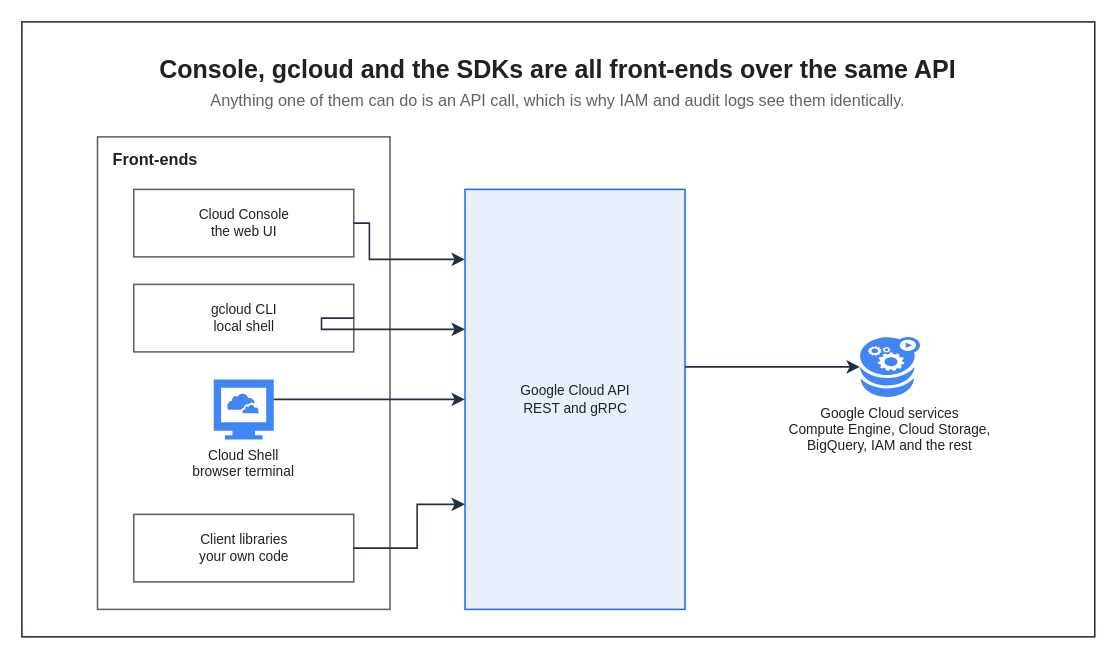
The draw.io diagram assets/img/gcp/gcp-access-stack.drawio in KKamJi98/kkamji98.github.io, before the edit. Source tidied: cells renumbered, new cells numbered last; positions are measured from the earlier drawing's top-left corner, leaving out a move shared by most shapes. Both pictures are drawn from the tidied source at 125%, with x=0, y=0 at pixel (21, 21).
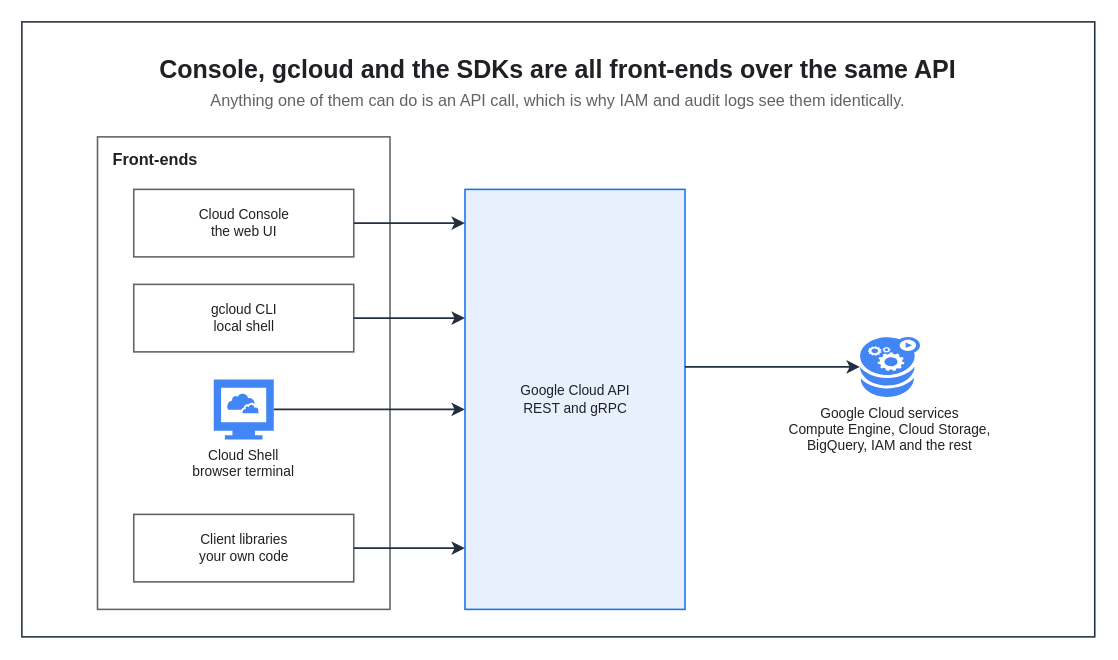
The same diagram, later.

The change refers to these unchanged cells:
```xml
<mxCell id="6" value="Cloud Console&#10;the web UI" style="rounded=0;whiteSpace=wrap;html=0;fillColor=#FFFFFF;strokeColor=#5F6368;fontColor=#202124;fontSize=11;fontStyle=0;align=center;verticalAlign=middle;spacingLeft=6;spacingRight=6;strokeWidth=1.25;" parent="1" vertex="1">
  <mxGeometry x="89.5" y="134" width="176" height="54" as="geometry" />
</mxCell>
<mxCell id="7" value="gcloud CLI&#10;local shell" style="rounded=0;whiteSpace=wrap;html=0;fillColor=#FFFFFF;strokeColor=#5F6368;fontColor=#202124;fontSize=11;fontStyle=0;align=center;verticalAlign=middle;spacingLeft=6;spacingRight=6;strokeWidth=1.25;" parent="1" vertex="1">
  <mxGeometry x="89.5" y="210" width="176" height="54" as="geometry" />
</mxCell>
<mxCell id="8" value="Cloud Shell&#10;browser terminal" style="sketch=0;outlineConnect=0;gradientColor=none;html=0;whiteSpace=nowrap;fontSize=11;fontStyle=0;fontColor=#202124;verticalLabelPosition=bottom;verticalAlign=top;align=center;labelBackgroundColor=none;fillColor=#4285F4;strokeColor=none;dashed=0;shape=mxgraph.gcp2.cloud_computer;" parent="1" vertex="1">
  <mxGeometry x="153.5" y="286" width="48" height="48" as="geometry" />
</mxCell>
<mxCell id="9" value="Client libraries&#10;your own code" style="rounded=0;whiteSpace=wrap;html=0;fillColor=#FFFFFF;strokeColor=#5F6368;fontColor=#202124;fontSize=11;fontStyle=0;align=center;verticalAlign=middle;spacingLeft=6;spacingRight=6;strokeWidth=1.25;" parent="1" vertex="1">
  <mxGeometry x="89.5" y="394" width="176" height="54" as="geometry" />
</mxCell>
<mxCell id="10" value="Google Cloud API&#10;REST and gRPC" style="rounded=0;whiteSpace=wrap;html=0;fillColor=#E8F0FE;strokeColor=#1A73E8;fontColor=#202124;fontSize=11;fontStyle=0;align=center;verticalAlign=middle;spacingLeft=6;spacingRight=6;strokeWidth=1.25;" parent="1" vertex="1">
  <mxGeometry x="354.5" y="134" width="176" height="336" as="geometry" />
</mxCell>
```

The edit, as a diff of the source:
```diff
@@
-    <mxCell id="12" style="edgeStyle=orthogonalEdgeStyle;rounded=0;html=0;strokeColor=#232F3E;strokeWidth=1.25;endArrow=classic;endFill=1;endSize=7;fontSize=11;fontColor=#202124;labelBackgroundColor=none;jettySize=14;exitX=1;exitY=0.5;entryX=0;entryY=0.1667;exitDx=0;exitDy=0;entryDx=0;entryDy=0;" parent="1" edge="1" source="6" target="10">
-      <mxGeometry relative="1" as="geometry">
-        <Array as="points">
-          <mxPoint x="278" y="161" />
-          <mxPoint x="278" y="190" />
-        </Array>
-      </mxGeometry>
+    <mxCell id="12" style="edgeStyle=orthogonalEdgeStyle;rounded=0;html=0;strokeColor=#232F3E;strokeWidth=1.25;endArrow=classic;endFill=1;endSize=7;fontSize=11;fontColor=#202124;labelBackgroundColor=none;jettySize=14;exitX=1;exitY=0.5;entryX=0;entryY=0.0804;exitDx=0;exitDy=0;entryDx=0;entryDy=0;" parent="1" edge="1" source="6" target="10">
+      <mxGeometry relative="1" as="geometry" />
     </mxCell>
-    <mxCell id="13" style="edgeStyle=orthogonalEdgeStyle;rounded=0;html=0;strokeColor=#232F3E;strokeWidth=1.25;endArrow=classic;endFill=1;endSize=7;fontSize=11;fontColor=#202124;labelBackgroundColor=none;jettySize=14;exitX=1;exitY=0.5;entryX=0;entryY=0.3333;exitDx=0;exitDy=0;entryDx=0;entryDy=0;" parent="1" edge="1" source="7" target="10">
-      <mxGeometry relative="1" as="geometry">
-        <Array as="points">
-          <mxPoint x="239.7" y="237" />
-          <mxPoint x="239.7" y="246" />
-        </Array>
-      </mxGeometry>
+    <mxCell id="13" style="edgeStyle=orthogonalEdgeStyle;rounded=0;html=0;strokeColor=#232F3E;strokeWidth=1.25;endArrow=classic;endFill=1;endSize=7;fontSize=11;fontColor=#202124;labelBackgroundColor=none;jettySize=14;exitX=1;exitY=0.5;entryX=0;entryY=0.3065;exitDx=0;exitDy=0;entryDx=0;entryDy=0;" parent="1" edge="1" source="7" target="10">
+      <mxGeometry relative="1" as="geometry" />
     </mxCell>
-    <mxCell id="14" style="edgeStyle=orthogonalEdgeStyle;rounded=0;html=0;strokeColor=#232F3E;strokeWidth=1.25;endArrow=classic;endFill=1;endSize=7;fontSize=11;fontColor=#202124;labelBackgroundColor=none;jettySize=14;exitX=1;exitY=0.3333;entryX=0;entryY=0.5;exitDx=0;exitDy=0;entryDx=0;entryDy=0;" parent="1" edge="1" source="8" target="10">
+    <mxCell id="14" style="edgeStyle=orthogonalEdgeStyle;rounded=0;html=0;strokeColor=#232F3E;strokeWidth=1.25;endArrow=classic;endFill=1;endSize=7;fontSize=11;fontColor=#202124;labelBackgroundColor=none;jettySize=14;exitX=1;exitY=0.5;entryX=0;entryY=0.5238;exitDx=0;exitDy=0;entryDx=0;entryDy=0;" parent="1" edge="1" source="8" target="10">
       <mxGeometry relative="1" as="geometry" />
     </mxCell>
-    <mxCell id="15" style="edgeStyle=orthogonalEdgeStyle;rounded=0;html=0;strokeColor=#232F3E;strokeWidth=1.25;endArrow=classic;endFill=1;endSize=7;fontSize=11;fontColor=#202124;labelBackgroundColor=none;jettySize=14;exitX=1;exitY=0.5;entryX=0;entryY=0.75;exitDx=0;exitDy=0;entryDx=0;entryDy=0;" parent="1" edge="1" source="9" target="10">
-      <mxGeometry relative="1" as="geometry">
-        <Array as="points">
-          <mxPoint x="316.2" y="421" />
-          <mxPoint x="316.2" y="386" />
-        </Array>
-      </mxGeometry>
+    <mxCell id="15" style="edgeStyle=orthogonalEdgeStyle;rounded=0;html=0;strokeColor=#232F3E;strokeWidth=1.25;endArrow=classic;endFill=1;endSize=7;fontSize=11;fontColor=#202124;labelBackgroundColor=none;jettySize=14;exitX=1;exitY=0.5;entryX=0;entryY=0.8542;exitDx=0;exitDy=0;entryDx=0;entryDy=0;" parent="1" edge="1" source="9" target="10">
+      <mxGeometry relative="1" as="geometry" />
     </mxCell>
```
